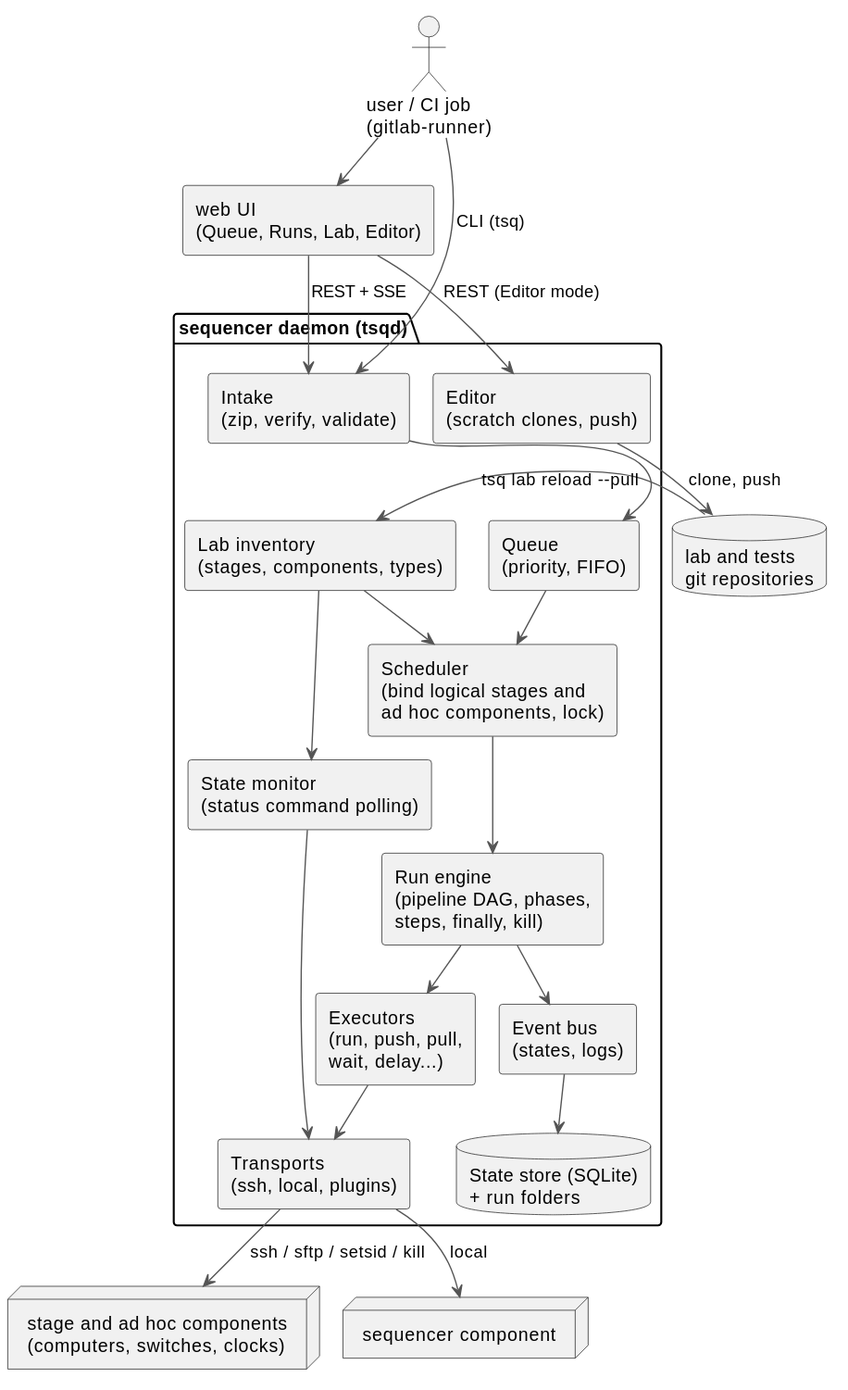
The PlantUML diagram docs/diagrams/overview.svg in laurentmldev/testsuit, before a commit.
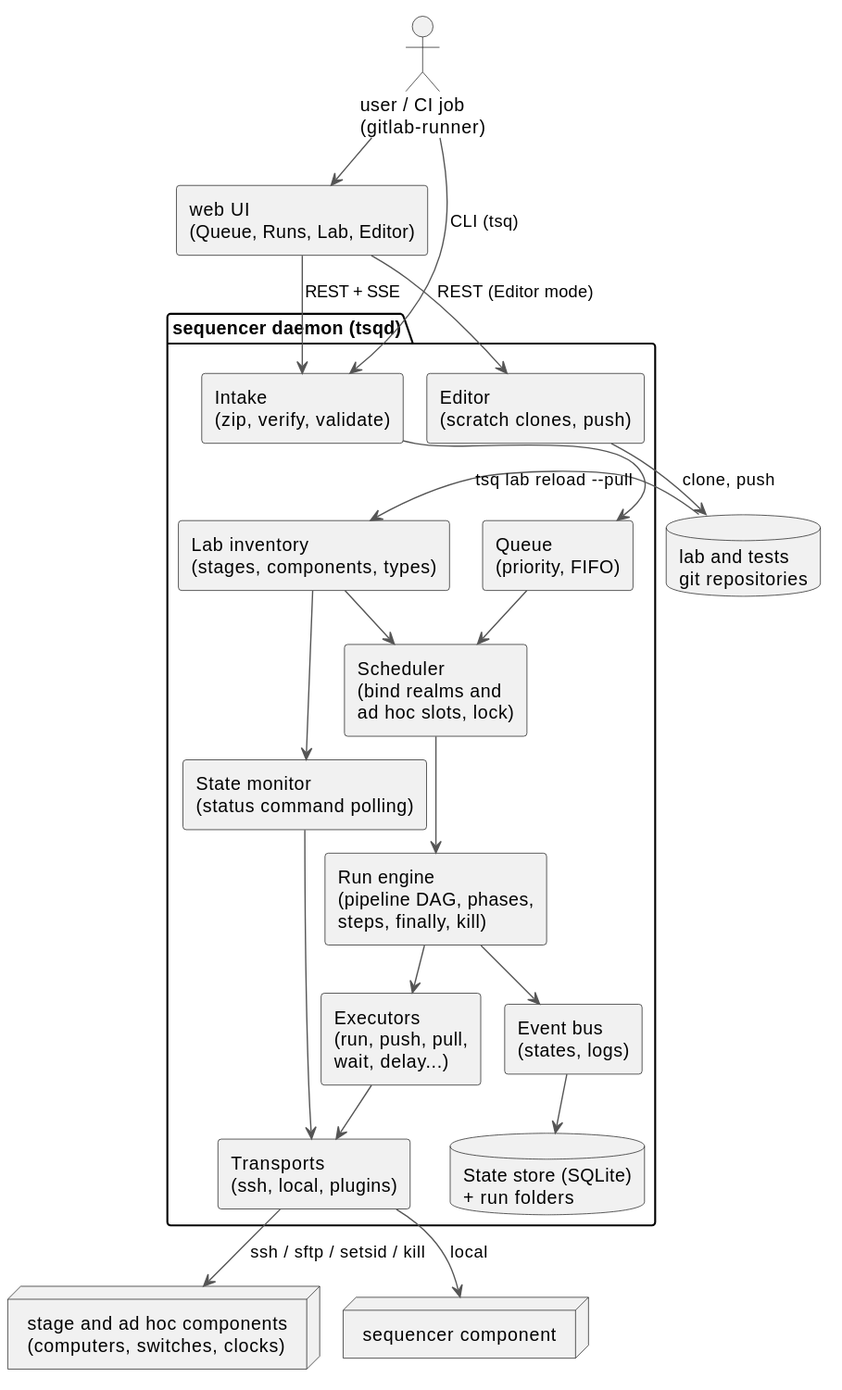
After the change.

Diff of the diagram source:
```diff
@@ -11,7 +11,7 @@
 package "sequencer daemon (tsqd)" {
   component "Intake\n(zip, verify, validate)" as intake
   component "Queue\n(priority, FIFO)" as queue
-  component "Scheduler\n(bind logical stages and\nad hoc components, lock)" as sched
+  component "Scheduler\n(bind realms and\nad hoc slots, lock)" as sched
   component "Run engine\n(pipeline DAG, phases,\nsteps, finally, kill)" as engine
   component "Executors\n(run, push, pull,\nwait, delay...)" as exec
   component "Transports\n(ssh, local, plugins)" as transports
```
